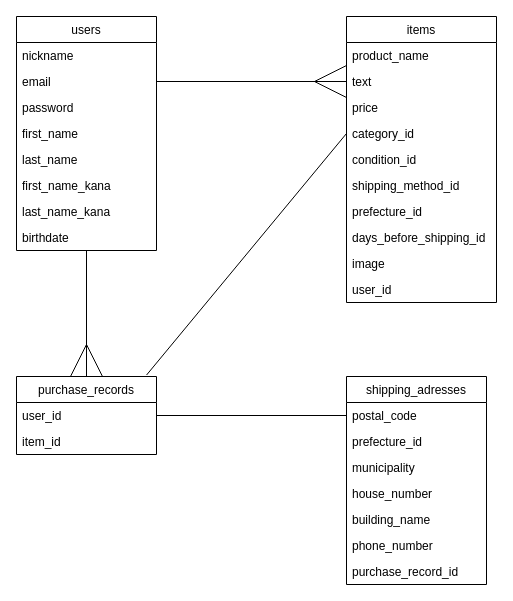
The draw.io diagram furima.dio in kzk00001/furima-36233, before the edit. Source tidied: cells renumbered, new cells numbered last; positions are measured from the earlier drawing's top-left corner, leaving out a move shared by most shapes. Both pictures are drawn from the tidied source at 100%, with x=0, y=0 at pixel (16, 16).
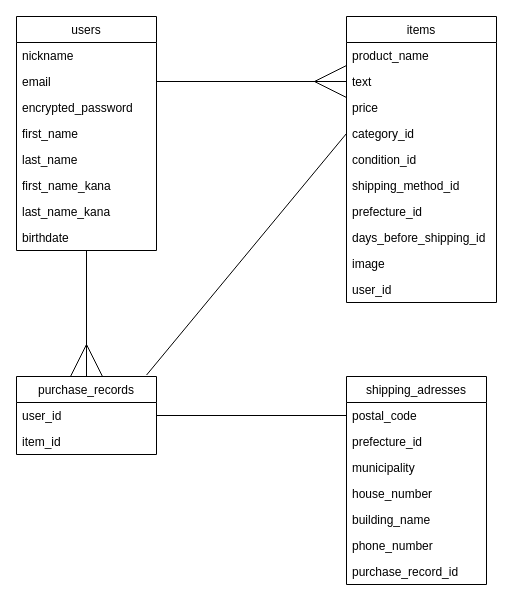
After the change.

Commit message:
ER図・READMEの修正2

The change refers to these unchanged cells:
```xml
<mxCell id="2" value="users" style="swimlane;fontStyle=0;horizontal=1;startSize=26;" parent="1" vertex="1">
  <mxGeometry width="140" height="234" as="geometry" />
</mxCell>
```

What changed in the source:
```diff
@@
-    <mxCell id="5" value="password" style="text;strokeColor=none;fillColor=none;align=left;verticalAlign=top;spacingLeft=4;spacingRight=4;overflow=hidden;" parent="2" vertex="1">
+    <mxCell id="5" value="encrypted_password" style="text;strokeColor=none;fillColor=none;align=left;verticalAlign=top;spacingLeft=4;spacingRight=4;overflow=hidden;" parent="2" vertex="1">
       <mxGeometry y="78" width="140" height="26" as="geometry" />
     </mxCell>
```
